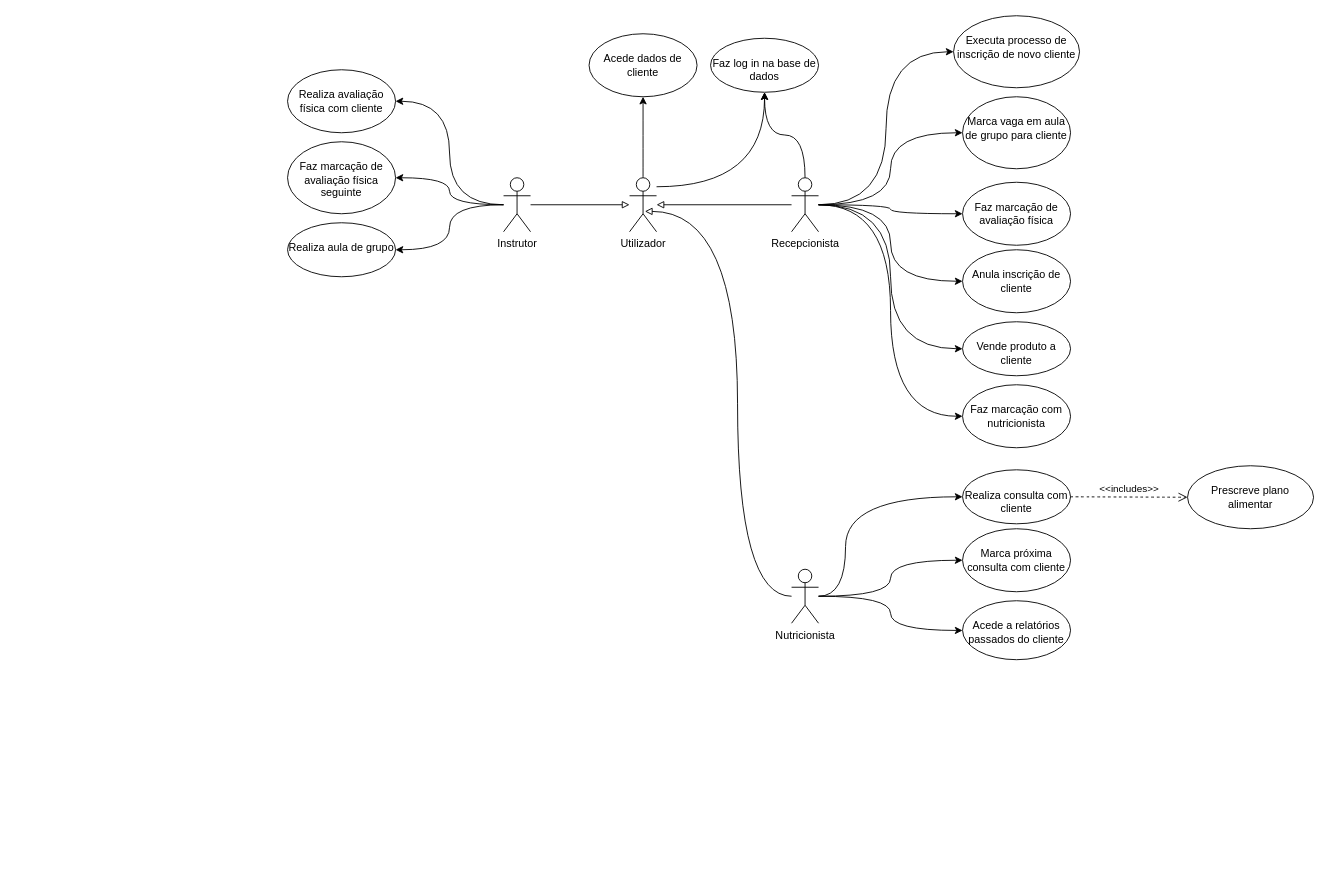
Earlier version of the draw.io diagram 2_1_6_Proj1/diagrama/UseCase.drawio (AlexandrePSantos/GestaoGym). Source tidied: cells renumbered, new cells numbered last; positions are measured from the earlier drawing's top-left corner, leaving out a move shared by most shapes. Both pictures are drawn from the tidied source at 90%, with x=0, y=0 at pixel (287, 15).
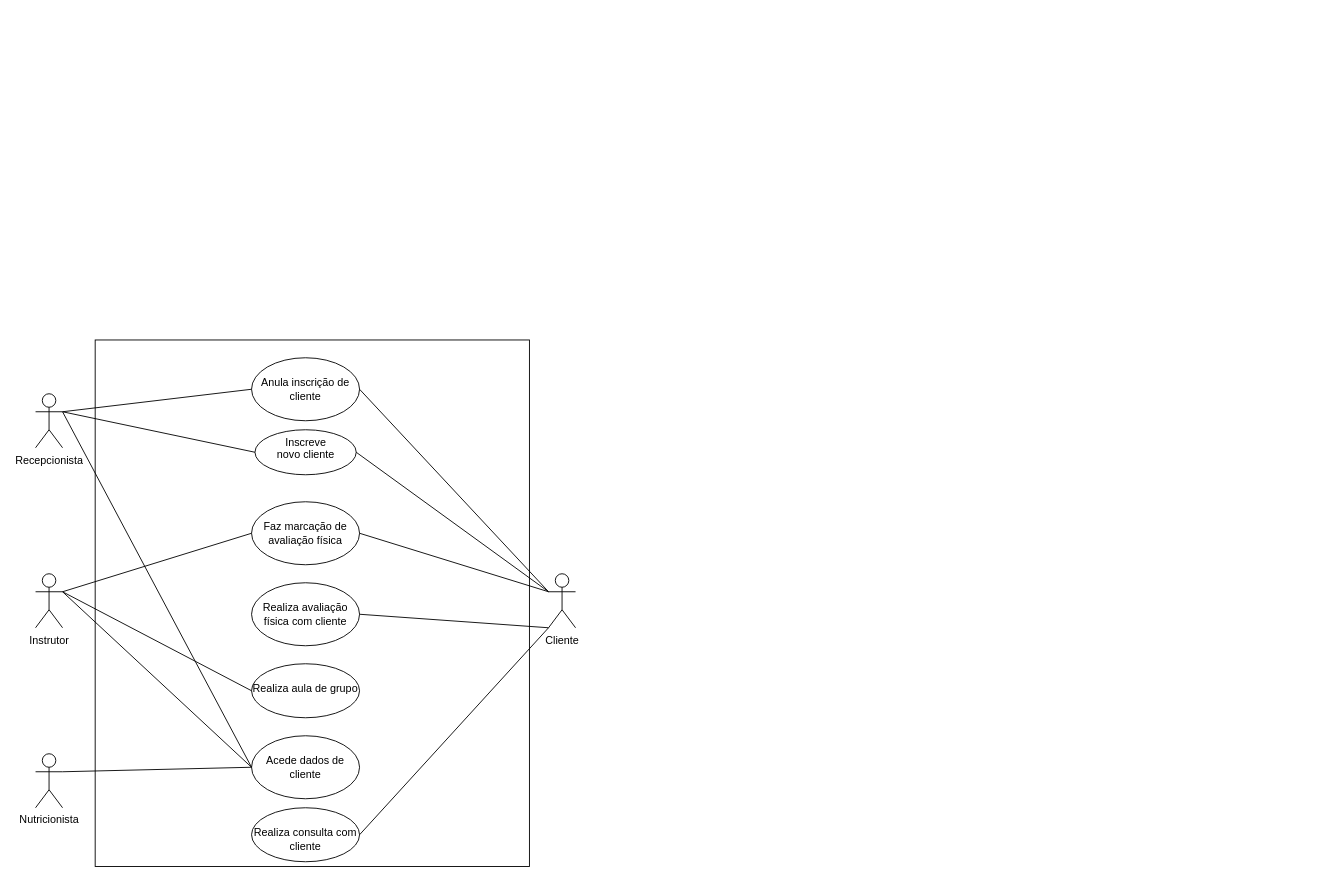
Above is the later version.

Diff of the diagram source:
```diff
@@
-    <mxCell id="2" style="edgeStyle=orthogonalEdgeStyle;rounded=0;jettySize=auto;html=1;entryX=0;entryY=0.5;entryDx=0;entryDy=0;curved=1;" parent="1" edge="1" source="10" target="11">
-      <mxGeometry relative="1" as="geometry" />
-    </mxCell>
-    <mxCell id="3" style="edgeStyle=orthogonalEdgeStyle;rounded=0;jettySize=auto;html=1;entryX=0;entryY=0.5;entryDx=0;entryDy=0;strokeColor=default;curved=1;" parent="1" edge="1" source="10" target="12">
-      <mxGeometry relative="1" as="geometry" />
-    </mxCell>
-    <mxCell id="4" style="edgeStyle=orthogonalEdgeStyle;rounded=0;jettySize=auto;html=1;curved=1;entryX=0;entryY=0.5;entryDx=0;entryDy=0;" parent="1" edge="1" source="10" target="13">
-      <mxGeometry relative="1" as="geometry" />
-    </mxCell>
-    <mxCell id="5" style="edgeStyle=orthogonalEdgeStyle;rounded=0;jettySize=auto;html=1;strokeColor=default;curved=1;entryX=0;entryY=0.5;entryDx=0;entryDy=0;" parent="1" edge="1" source="10" target="28">
-      <mxGeometry relative="1" as="geometry" />
-    </mxCell>
-    <mxCell id="6" style="edgeStyle=orthogonalEdgeStyle;rounded=0;jettySize=auto;html=1;strokeColor=default;curved=1;entryX=0;entryY=0.5;entryDx=0;entryDy=0;" parent="1" edge="1" source="10" target="30">
-      <mxGeometry relative="1" as="geometry" />
-    </mxCell>
-    <mxCell id="7" style="edgeStyle=orthogonalEdgeStyle;rounded=0;jettySize=auto;html=1;strokeColor=default;curved=1;entryX=0;entryY=0.5;entryDx=0;entryDy=0;" parent="1" edge="1" source="10" target="31">
-      <mxGeometry relative="1" as="geometry" />
-    </mxCell>
-    <mxCell id="8" style="rounded=0;jettySize=auto;html=1;strokeColor=default;endArrow=block;endFill=0;elbow=vertical;" parent="1" edge="1" source="10" target="34">
-      <mxGeometry relative="1" as="geometry" />
-    </mxCell>
-    <mxCell id="9" style="edgeStyle=orthogonalEdgeStyle;curved=1;rounded=0;jettySize=auto;html=1;" parent="1" edge="1" source="10" target="39">
-      <mxGeometry relative="1" as="geometry" />
-    </mxCell>
+    <mxCell id="40" style="rounded=0;whiteSpace=wrap;html=1;rotation=90;" parent="1" vertex="1">
+      <mxGeometry x="-265" y="411.5" width="585" height="482.5" as="geometry" />
+    </mxCell>
     <mxCell id="10" value="Recepcionista" style="shape=umlActor;verticalLabelPosition=bottom;verticalAlign=top;html=1;" parent="1" vertex="1">
-      <mxGeometry x="560" y="180" width="30" height="60" as="geometry" />
+      <mxGeometry x="-280" y="420" width="30" height="60" as="geometry" />
     </mxCell>
+    <mxCell id="18" value="Instrutor" style="shape=umlActor;verticalLabelPosition=bottom;verticalAlign=top;html=1;" parent="1" vertex="1">
+      <mxGeometry x="-280" y="620" width="30" height="60" as="geometry" />
+    </mxCell>
+    <mxCell id="25" value="Nutricionista" style="shape=umlActor;verticalLabelPosition=bottom;verticalAlign=top;html=1;" parent="1" vertex="1">
+      <mxGeometry x="-280" y="820" width="30" height="60" as="geometry" />
+    </mxCell>
+    <mxCell id="34" value="Cliente" style="shape=umlActor;verticalLabelPosition=bottom;verticalAlign=top;html=1;" parent="1" vertex="1">
+      <mxGeometry x="290" y="620" width="30" height="60" as="geometry" />
+    </mxCell>
-    <mxCell id="11" value="&lt;br&gt;Executa processo de inscrição de novo cliente" style="ellipse;whiteSpace=wrap;html=1;verticalAlign=top;" parent="1" vertex="1">
-      <mxGeometry x="740" width="140" height="80" as="geometry" />
+    <mxCell id="11" value="Inscreve &lt;br&gt;novo cliente" style="ellipse;whiteSpace=wrap;html=1;verticalAlign=top;" parent="1" vertex="1">
+      <mxGeometry x="-36.2" y="460" width="112.5" height="50" as="geometry" />
     </mxCell>
     <mxCell id="12" value="&lt;br&gt;Faz marcação de avaliação física" style="ellipse;whiteSpace=wrap;html=1;verticalAlign=top;" parent="1" vertex="1">
-      <mxGeometry x="750" y="185" width="120" height="70" as="geometry" />
+      <mxGeometry x="-40" y="540" width="120" height="70" as="geometry" />
     </mxCell>
-    <mxCell id="13" value="&lt;br&gt;Faz marcação com nutricionista" style="ellipse;whiteSpace=wrap;html=1;verticalAlign=top;" parent="1" vertex="1">
-      <mxGeometry x="750" y="410" width="120" height="70" as="geometry" />
-    </mxCell>
-    <mxCell id="14" style="edgeStyle=orthogonalEdgeStyle;rounded=0;jettySize=auto;html=1;curved=1;entryX=1;entryY=0.5;entryDx=0;entryDy=0;" parent="1" edge="1" source="18" target="19">
-      <mxGeometry relative="1" as="geometry" />
-    </mxCell>
-    <mxCell id="15" style="edgeStyle=orthogonalEdgeStyle;rounded=0;jettySize=auto;html=1;entryX=1;entryY=0.5;entryDx=0;entryDy=0;curved=1;" parent="1" edge="1" source="18" target="20">
-      <mxGeometry relative="1" as="geometry" />
-    </mxCell>
-    <mxCell id="16" style="edgeStyle=orthogonalEdgeStyle;rounded=0;jettySize=auto;html=1;strokeColor=default;curved=1;" parent="1" edge="1" source="18" target="29">
-      <mxGeometry relative="1" as="geometry" />
-    </mxCell>
-    <mxCell id="17" style="edgeStyle=none;rounded=0;jettySize=auto;html=1;endArrow=block;endFill=0;strokeColor=default;elbow=vertical;" parent="1" edge="1" source="18" target="34">
-      <mxGeometry relative="1" as="geometry" />
-    </mxCell>
-    <mxCell id="18" value="Instrutor" style="shape=umlActor;verticalLabelPosition=bottom;verticalAlign=top;html=1;" parent="1" vertex="1">
-      <mxGeometry x="240" y="180" width="30" height="60" as="geometry" />
-    </mxCell>
     <mxCell id="19" value="&lt;br&gt;Realiza avaliação física com cliente" style="ellipse;whiteSpace=wrap;html=1;verticalAlign=top;" parent="1" vertex="1">
-      <mxGeometry y="60" width="120" height="70" as="geometry" />
+      <mxGeometry x="-40" y="630" width="120" height="70" as="geometry" />
     </mxCell>
-    <mxCell id="20" value="&lt;br&gt;Faz marcação de avaliação física seguinte" style="ellipse;whiteSpace=wrap;html=1;verticalAlign=top;" parent="1" vertex="1">
-      <mxGeometry y="140" width="120" height="80" as="geometry" />
-    </mxCell>
-    <mxCell id="21" style="edgeStyle=orthogonalEdgeStyle;rounded=0;jettySize=auto;html=1;curved=1;" parent="1" edge="1" source="25" target="26">
-      <mxGeometry relative="1" as="geometry">
-        <Array as="points">
-          <mxPoint x="620" y="645.5" />
-          <mxPoint x="620" y="534.5" />
-        </Array>
-      </mxGeometry>
-    </mxCell>
-    <mxCell id="22" style="edgeStyle=orthogonalEdgeStyle;rounded=0;jettySize=auto;html=1;strokeColor=default;entryX=0;entryY=0.5;entryDx=0;entryDy=0;curved=1;" parent="1" edge="1" source="25" target="27">
-      <mxGeometry relative="1" as="geometry">
-        <Array as="points">
-          <mxPoint x="670" y="645.5" />
-          <mxPoint x="670" y="605.5" />
-        </Array>
-      </mxGeometry>
-    </mxCell>
-    <mxCell id="23" style="edgeStyle=orthogonalEdgeStyle;curved=1;rounded=0;jettySize=auto;html=1;endArrow=classic;endFill=1;strokeColor=default;" parent="1" edge="1" source="25" target="38">
-      <mxGeometry relative="1" as="geometry">
-        <Array as="points">
-          <mxPoint x="670" y="645" />
-          <mxPoint x="670" y="683" />
-        </Array>
-      </mxGeometry>
-    </mxCell>
-    <mxCell id="24" style="edgeStyle=orthogonalEdgeStyle;rounded=0;jettySize=auto;html=1;entryX=0.567;entryY=0.623;entryDx=0;entryDy=0;entryPerimeter=0;endArrow=block;endFill=0;strokeColor=default;elbow=vertical;curved=1;" parent="1" edge="1" source="25" target="34">
-      <mxGeometry relative="1" as="geometry">
-        <Array as="points">
-          <mxPoint x="500" y="645" />
-          <mxPoint x="500" y="217" />
-        </Array>
-      </mxGeometry>
-    </mxCell>
-    <mxCell id="25" value="Nutricionista" style="shape=umlActor;verticalLabelPosition=bottom;verticalAlign=top;html=1;" parent="1" vertex="1">
-      <mxGeometry x="560" y="615" width="30" height="60" as="geometry" />
-    </mxCell>
     <mxCell id="26" value="&lt;br&gt;Realiza consulta com cliente" style="ellipse;whiteSpace=wrap;html=1;verticalAlign=top;" parent="1" vertex="1">
-      <mxGeometry x="750" y="504.5" width="120" height="60" as="geometry" />
+      <mxGeometry x="-40" y="880" width="120" height="60" as="geometry" />
     </mxCell>
-    <mxCell id="27" value="&lt;br&gt;Marca próxima consulta com cliente" style="ellipse;whiteSpace=wrap;html=1;verticalAlign=top;" parent="1" vertex="1">
-      <mxGeometry x="750" y="570" width="120" height="70" as="geometry" />
-    </mxCell>
-    <mxCell id="28" value="&lt;br&gt;Marca vaga em aula de grupo para cliente" style="ellipse;whiteSpace=wrap;html=1;verticalAlign=top;" parent="1" vertex="1">
-      <mxGeometry x="750" y="90" width="120" height="80" as="geometry" />
-    </mxCell>
     <mxCell id="29" value="&lt;br&gt;Realiza aula de grupo" style="ellipse;whiteSpace=wrap;html=1;verticalAlign=top;" parent="1" vertex="1">
-      <mxGeometry y="230" width="120" height="60" as="geometry" />
+      <mxGeometry x="-40" y="720" width="120" height="60" as="geometry" />
     </mxCell>
     <mxCell id="30" value="&lt;br&gt;Anula inscrição de cliente" style="ellipse;whiteSpace=wrap;html=1;verticalAlign=top;" parent="1" vertex="1">
-      <mxGeometry x="750" y="260" width="120" height="70" as="geometry" />
+      <mxGeometry x="-40" y="380" width="120" height="70" as="geometry" />
     </mxCell>
-    <mxCell id="31" value="&lt;br&gt;Vende produto a cliente" style="ellipse;whiteSpace=wrap;html=1;verticalAlign=top;" parent="1" vertex="1">
-      <mxGeometry x="750" y="340" width="120" height="60" as="geometry" />
-    </mxCell>
-    <mxCell id="32" style="edgeStyle=orthogonalEdgeStyle;curved=1;rounded=0;jettySize=auto;html=1;strokeColor=default;" parent="1" edge="1" source="34" target="35">
-      <mxGeometry relative="1" as="geometry" />
-    </mxCell>
-    <mxCell id="33" style="edgeStyle=orthogonalEdgeStyle;curved=1;rounded=0;jettySize=auto;html=1;endArrow=classic;endFill=1;strokeColor=default;elbow=vertical;" parent="1" edge="1" source="34" target="39">
-      <mxGeometry relative="1" as="geometry">
-        <Array as="points">
-          <mxPoint x="530" y="190" />
-        </Array>
-      </mxGeometry>
-    </mxCell>
-    <mxCell id="34" value="Utilizador" style="shape=umlActor;verticalLabelPosition=bottom;verticalAlign=top;html=1;" parent="1" vertex="1">
-      <mxGeometry x="380" y="180" width="30" height="60" as="geometry" />
-    </mxCell>
     <mxCell id="35" value="&lt;br&gt;Acede dados de cliente" style="ellipse;whiteSpace=wrap;html=1;verticalAlign=top;" parent="1" vertex="1">
-      <mxGeometry x="335" y="20" width="120" height="70" as="geometry" />
+      <mxGeometry x="-40" y="800" width="120" height="70" as="geometry" />
     </mxCell>
-    <mxCell id="36" value="&amp;lt;&amp;lt;includes&amp;gt;&amp;gt;" style="html=1;verticalAlign=bottom;endArrow=open;dashed=1;endSize=8;rounded=0;strokeColor=default;curved=1;" parent="1" edge="1" source="26" target="37">
-      <mxGeometry relative="1" as="geometry" />
-    </mxCell>
-    <mxCell id="37" value="Prescreve plano alimentar" style="ellipse;whiteSpace=wrap;html=1;" parent="1" vertex="1">
-      <mxGeometry x="1000" y="500" width="140" height="70" as="geometry" />
-    </mxCell>
-    <mxCell id="38" value="&lt;br&gt;Acede a relatórios passados do cliente" style="ellipse;whiteSpace=wrap;html=1;verticalAlign=top;" parent="1" vertex="1">
-      <mxGeometry x="750" y="650" width="120" height="65.5" as="geometry" />
-    </mxCell>
-    <mxCell id="39" value="&lt;br&gt;Faz log in na base de dados" style="ellipse;whiteSpace=wrap;html=1;verticalAlign=top;" parent="1" vertex="1">
-      <mxGeometry x="470" y="25" width="120" height="60" as="geometry" />
-    </mxCell>
+    <mxCell id="41" style="edgeStyle=none;html=1;endArrow=none;verticalAlign=bottom;rounded=0;exitX=1;exitY=0.5;exitDx=0;exitDy=0;entryX=0;entryY=0.3333333333333333;entryDx=0;entryDy=0;entryPerimeter=0;" parent="1" edge="1" source="30" target="34">
+      <mxGeometry relative="1" as="geometry" />
+    </mxCell>
+    <mxCell id="42" style="edgeStyle=none;html=1;endArrow=none;verticalAlign=bottom;rounded=0;exitX=1;exitY=0.5;exitDx=0;exitDy=0;" parent="1" edge="1" source="11">
+      <mxGeometry relative="1" as="geometry">
+        <mxPoint x="290" y="640" as="targetPoint" />
+      </mxGeometry>
+    </mxCell>
+    <mxCell id="43" style="edgeStyle=none;html=1;endArrow=none;verticalAlign=bottom;rounded=0;exitX=1;exitY=0.5;exitDx=0;exitDy=0;" parent="1" edge="1" source="12">
+      <mxGeometry relative="1" as="geometry">
+        <mxPoint x="290" y="640" as="targetPoint" />
+      </mxGeometry>
+    </mxCell>
+    <mxCell id="44" style="edgeStyle=none;html=1;endArrow=none;verticalAlign=bottom;rounded=0;exitX=1;exitY=0.5;exitDx=0;exitDy=0;entryX=0;entryY=1;entryDx=0;entryDy=0;entryPerimeter=0;" parent="1" edge="1" source="26" target="34">
+      <mxGeometry relative="1" as="geometry" />
+    </mxCell>
+    <mxCell id="45" style="edgeStyle=none;html=1;endArrow=none;verticalAlign=bottom;rounded=0;exitX=1;exitY=0.5;exitDx=0;exitDy=0;" parent="1" edge="1" source="19">
+      <mxGeometry relative="1" as="geometry">
+        <mxPoint x="290" y="680" as="targetPoint" />
+      </mxGeometry>
+    </mxCell>
+    <mxCell id="6" style="edgeStyle=none;html=1;endArrow=none;verticalAlign=bottom;rounded=0;exitX=1;exitY=0.3333333333333333;exitDx=0;exitDy=0;entryX=0;entryY=0.5;entryDx=0;entryDy=0;exitPerimeter=0;" parent="1" edge="1" source="10" target="30">
+      <mxGeometry relative="1" as="geometry" />
+    </mxCell>
+    <mxCell id="2" style="edgeStyle=none;html=1;endArrow=none;verticalAlign=bottom;rounded=0;exitX=1;exitY=0.3333333333333333;exitDx=0;exitDy=0;entryX=0;entryY=0.5;entryDx=0;entryDy=0;exitPerimeter=0;" parent="1" edge="1" source="10" target="11">
+      <mxGeometry relative="1" as="geometry" />
+    </mxCell>
+    <mxCell id="46" style="edgeStyle=none;html=1;endArrow=none;verticalAlign=bottom;rounded=0;exitX=1;exitY=0.3333333333333333;exitDx=0;exitDy=0;entryX=0;entryY=0.5;entryDx=0;entryDy=0;exitPerimeter=0;" parent="1" edge="1" source="18" target="12">
+      <mxGeometry relative="1" as="geometry" />
+    </mxCell>
+    <mxCell id="47" style="edgeStyle=none;html=1;endArrow=none;verticalAlign=bottom;rounded=0;entryX=0;entryY=0.5;entryDx=0;entryDy=0;" parent="1" edge="1" target="35">
+      <mxGeometry relative="1" as="geometry">
+        <mxPoint x="-250" y="640" as="sourcePoint" />
+      </mxGeometry>
+    </mxCell>
+    <mxCell id="48" style="edgeStyle=none;html=1;endArrow=none;verticalAlign=bottom;rounded=0;entryX=0;entryY=0.5;entryDx=0;entryDy=0;" parent="1" edge="1" target="35">
+      <mxGeometry relative="1" as="geometry">
+        <mxPoint x="-250" y="440" as="sourcePoint" />
+      </mxGeometry>
+    </mxCell>
+    <mxCell id="49" style="edgeStyle=none;html=1;endArrow=none;verticalAlign=bottom;rounded=0;exitX=1;exitY=0.3333333333333333;exitDx=0;exitDy=0;entryX=0;entryY=0.5;entryDx=0;entryDy=0;exitPerimeter=0;" parent="1" edge="1" source="25" target="35">
+      <mxGeometry relative="1" as="geometry" />
+    </mxCell>
+    <mxCell id="50" style="edgeStyle=none;html=1;endArrow=none;verticalAlign=bottom;rounded=0;entryX=0;entryY=0.5;entryDx=0;entryDy=0;" parent="1" edge="1" target="29">
+      <mxGeometry relative="1" as="geometry">
+        <mxPoint x="-250" y="640" as="sourcePoint" />
+      </mxGeometry>
+    </mxCell>
```
